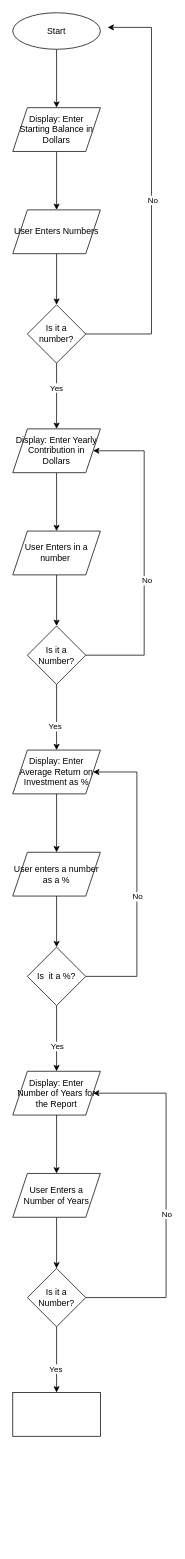
The draw.io diagram Untitled Diagram.drawio in ip1200-Wilson/First-repository, before the edit. Source tidied: cells renumbered, new cells numbered last; positions are measured from the earlier drawing's top-left corner, leaving out a move shared by most shapes. Both pictures are drawn from the tidied source at 73%, with x=0, y=0 at pixel (12, 12).
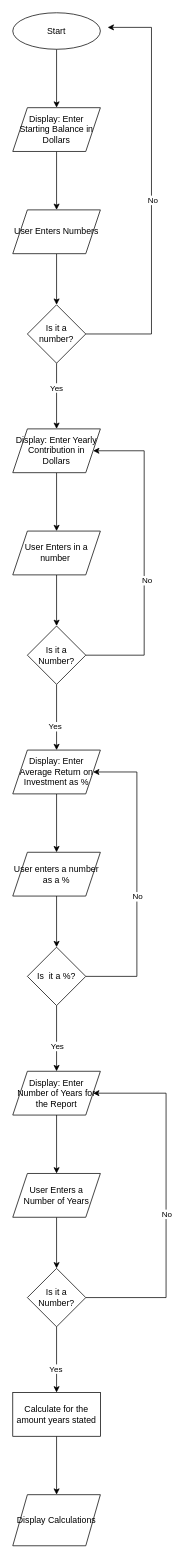
After the change.

Change to the diagram source:
```diff
@@
+    <mxCell id="41" style="edgeStyle=orthogonalEdgeStyle;rounded=0;jettySize=auto;html=1;" parent="1" edge="1" source="40" target="42">
+      <mxGeometry relative="1" as="geometry" />
+    </mxCell>
-    <mxCell id="40" style="whiteSpace=wrap;html=1;" parent="1" vertex="1">
+    <mxCell id="40" value="Calculate for the amount years stated" style="whiteSpace=wrap;html=1;" parent="1" vertex="1">
       <mxGeometry y="1890" width="120" height="60" as="geometry" />
     </mxCell>
+    <mxCell id="42" value="Display Calculations" style="shape=parallelogram;perimeter=parallelogramPerimeter;whiteSpace=wrap;html=1;fixedSize=1;" parent="1" vertex="1">
+      <mxGeometry y="2030" width="120" height="70" as="geometry" />
+    </mxCell>
```
